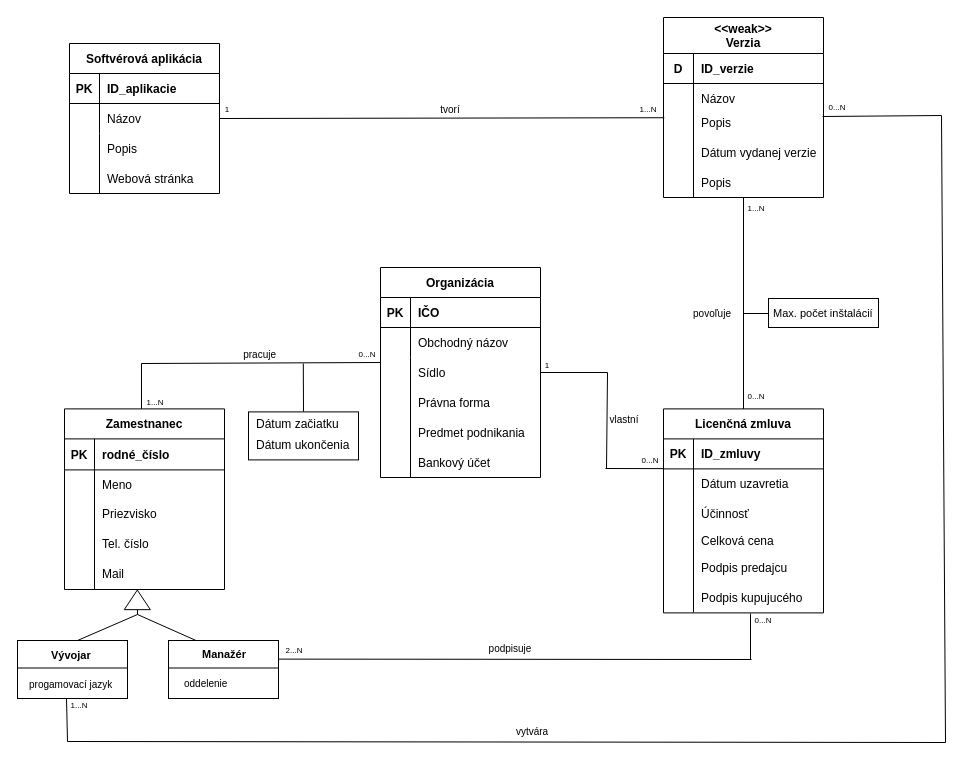
Earlier version of the draw.io diagram First part/ER_IDS.drawio (adamgabry/Database-System-for-license-handling). Source tidied: cells renumbered, new cells numbered last; positions are measured from the earlier drawing's top-left corner, leaving out a move shared by most shapes. Both pictures are drawn from the tidied source at 100%, with x=0, y=0 at pixel (17, 17).
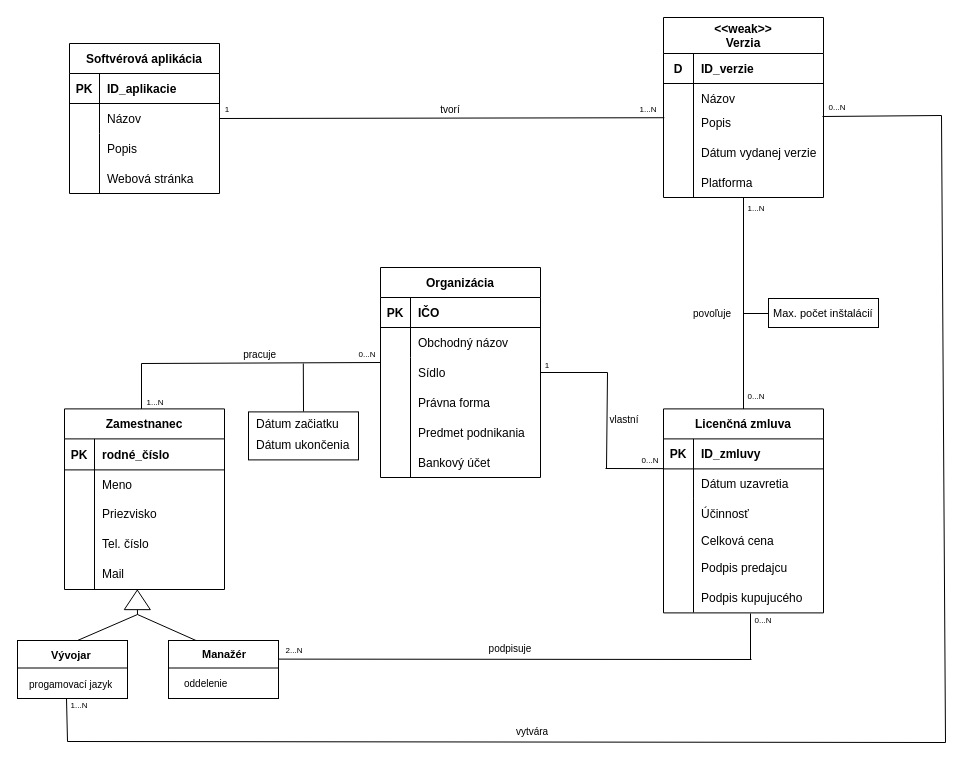
The same page after the edit.

The edit, as a diff of the source:
```diff
@@
-    <mxCell id="20" value="Popis" style="shape=partialRectangle;overflow=hidden;fillColor=none;top=0;left=0;bottom=0;right=0;align=left;spacingLeft=6;" parent="1" vertex="1">
+    <mxCell id="20" value="Platforma" style="shape=partialRectangle;overflow=hidden;fillColor=none;top=0;left=0;bottom=0;right=0;align=left;spacingLeft=6;" parent="1" vertex="1">
       <mxGeometry x="676" y="150" width="100" height="30" as="geometry" />
     </mxCell>
```
